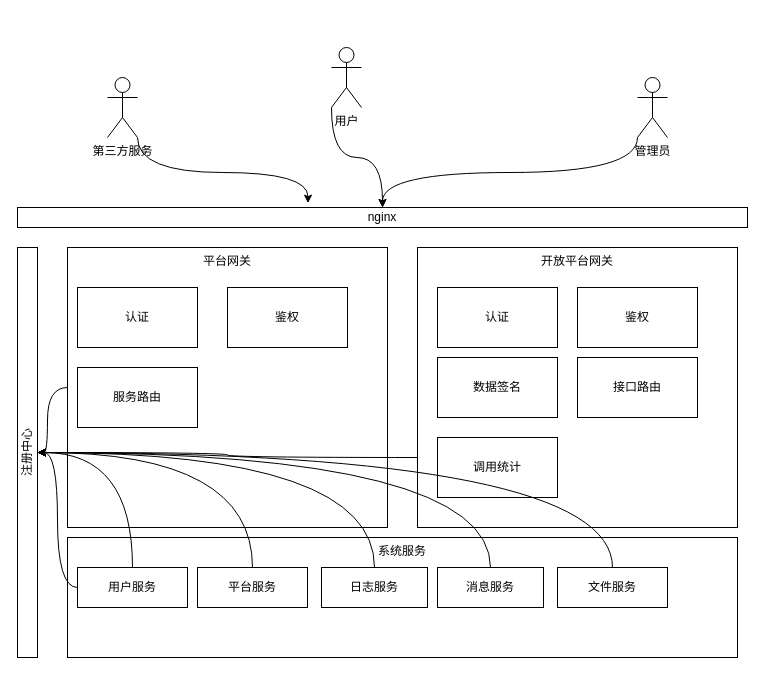
2229499815/draw keeps this draw.io diagram as 开放平台架构.drawio. Above is the earlier version. Source tidied: cells renumbered, new cells numbered last; positions are measured from the earlier drawing's top-left corner, leaving out a move shared by most shapes. Both pictures are drawn from the tidied source at 100%, with x=0, y=0 at pixel (17, 47).
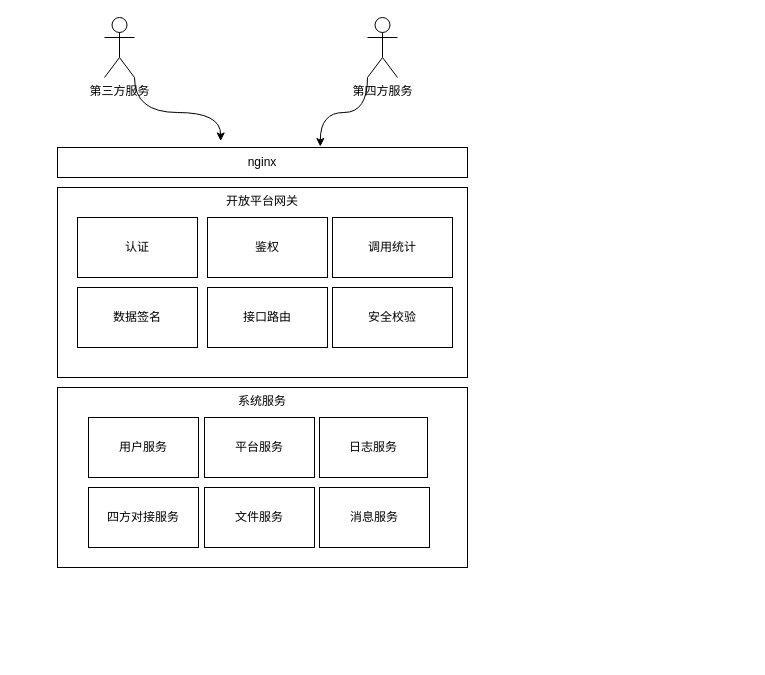
The same page after the edit.

Commit message:
更新开放平台架构.drawio

The edit, as a diff of the source:
```diff
@@
     <mxCell id="2" value="nginx" style="rounded=0;whiteSpace=wrap;html=1;" parent="1" vertex="1">
-      <mxGeometry y="160" width="730" height="20" as="geometry" />
+      <mxGeometry x="40" y="100" width="410" height="30" as="geometry" />
     </mxCell>
@@
     <mxCell id="4" value="第三方服务" style="shape=umlActor;verticalLabelPosition=bottom;verticalAlign=top;html=1;" parent="1" vertex="1">
-      <mxGeometry x="90" y="30" width="30" height="60" as="geometry" />
+      <mxGeometry x="87" y="-30" width="30" height="60" as="geometry" />
     </mxCell>
-    <mxCell id="5" style="edgeStyle=orthogonalEdgeStyle;curved=1;rounded=0;jettySize=auto;html=1;exitX=0;exitY=1;exitDx=0;exitDy=0;exitPerimeter=0;" parent="1" edge="1" source="6" target="2">
-      <mxGeometry relative="1" as="geometry" />
-    </mxCell>
-    <mxCell id="6" value="用户" style="shape=umlActor;verticalLabelPosition=bottom;verticalAlign=top;html=1;" parent="1" vertex="1">
-      <mxGeometry x="314" width="30" height="60" as="geometry" />
-    </mxCell>
-    <mxCell id="7" style="edgeStyle=orthogonalEdgeStyle;curved=1;rounded=0;jettySize=auto;html=1;exitX=0;exitY=1;exitDx=0;exitDy=0;exitPerimeter=0;" parent="1" edge="1" source="8" target="2">
-      <mxGeometry relative="1" as="geometry" />
-    </mxCell>
-    <mxCell id="8" value="管理员" style="shape=umlActor;verticalLabelPosition=bottom;verticalAlign=top;html=1;" parent="1" vertex="1">
-      <mxGeometry x="620" y="30" width="30" height="60" as="geometry" />
-    </mxCell>
-    <mxCell id="9" style="edgeStyle=orthogonalEdgeStyle;curved=1;rounded=0;jettySize=auto;html=1;exitX=0;exitY=0.5;exitDx=0;exitDy=0;" parent="1" edge="1" source="10" target="19">
-      <mxGeometry relative="1" as="geometry" />
-    </mxCell>
-    <mxCell id="10" value="平台网关" style="rounded=0;whiteSpace=wrap;html=1;align=center;horizontal=1;verticalAlign=top;" parent="1" vertex="1">
-      <mxGeometry x="50" y="200" width="320" height="280" as="geometry" />
-    </mxCell>
-    <mxCell id="11" style="edgeStyle=orthogonalEdgeStyle;curved=1;rounded=0;jettySize=auto;html=1;exitX=0;exitY=0.75;exitDx=0;exitDy=0;" parent="1" edge="1" source="12" target="19">
-      <mxGeometry relative="1" as="geometry" />
-    </mxCell>
     <mxCell id="12" value="开放平台网关" style="rounded=0;whiteSpace=wrap;html=1;verticalAlign=top;" parent="1" vertex="1">
-      <mxGeometry x="400" y="200" width="320" height="280" as="geometry" />
+      <mxGeometry x="40" y="140" width="410" height="190" as="geometry" />
     </mxCell>
-    <mxCell id="13" value="认证" style="rounded=0;whiteSpace=wrap;html=1;" parent="1" vertex="1">
-      <mxGeometry x="60" y="240" width="120" height="60" as="geometry" />
-    </mxCell>
-    <mxCell id="14" value="鉴权" style="rounded=0;whiteSpace=wrap;html=1;" parent="1" vertex="1">
-      <mxGeometry x="210" y="240" width="120" height="60" as="geometry" />
-    </mxCell>
     <mxCell id="15" value="认证" style="rounded=0;whiteSpace=wrap;html=1;" parent="1" vertex="1">
-      <mxGeometry x="420" y="240" width="120" height="60" as="geometry" />
+      <mxGeometry x="60" y="170" width="120" height="60" as="geometry" />
     </mxCell>
     <mxCell id="16" value="鉴权" style="rounded=0;whiteSpace=wrap;html=1;" parent="1" vertex="1">
-      <mxGeometry x="560" y="240" width="120" height="60" as="geometry" />
+      <mxGeometry x="190" y="170" width="120" height="60" as="geometry" />
     </mxCell>
     <mxCell id="17" value="数据签名" style="rounded=0;whiteSpace=wrap;html=1;" parent="1" vertex="1">
-      <mxGeometry x="420" y="310" width="120" height="60" as="geometry" />
+      <mxGeometry x="60" y="240" width="120" height="60" as="geometry" />
     </mxCell>
-    <mxCell id="18" value="服务路由" style="rounded=0;whiteSpace=wrap;html=1;" parent="1" vertex="1">
-      <mxGeometry x="60" y="320" width="120" height="60" as="geometry" />
-    </mxCell>
-    <mxCell id="19" value="注册中心" style="rounded=0;whiteSpace=wrap;html=1;horizontal=0;" parent="1" vertex="1">
-      <mxGeometry y="200" width="20" height="410" as="geometry" />
-    </mxCell>
     <mxCell id="20" value="接口路由" style="rounded=0;whiteSpace=wrap;html=1;" parent="1" vertex="1">
-      <mxGeometry x="560" y="310" width="120" height="60" as="geometry" />
+      <mxGeometry x="190" y="240" width="120" height="60" as="geometry" />
     </mxCell>
     <mxCell id="21" value="系统服务" style="rounded=0;whiteSpace=wrap;html=1;verticalAlign=top;" parent="1" vertex="1">
-      <mxGeometry x="50" y="490" width="670" height="120" as="geometry" />
+      <mxGeometry x="40" y="340" width="410" height="180" as="geometry" />
     </mxCell>
-    <mxCell id="22" style="edgeStyle=orthogonalEdgeStyle;curved=1;rounded=0;jettySize=auto;html=1;exitX=0;exitY=0.5;exitDx=0;exitDy=0;" parent="1" edge="1" source="24" target="19">
-      <mxGeometry relative="1" as="geometry" />
-    </mxCell>
-    <mxCell id="23" style="edgeStyle=orthogonalEdgeStyle;curved=1;rounded=0;jettySize=auto;html=1;exitX=0.5;exitY=0;exitDx=0;exitDy=0;" parent="1" edge="1" source="24" target="19">
-      <mxGeometry relative="1" as="geometry" />
-    </mxCell>
     <mxCell id="24" value="用户服务" style="rounded=0;whiteSpace=wrap;html=1;" parent="1" vertex="1">
-      <mxGeometry x="60" y="520" width="110" height="40" as="geometry" />
+      <mxGeometry x="71" y="370" width="110" height="60" as="geometry" />
     </mxCell>
-    <mxCell id="25" style="edgeStyle=orthogonalEdgeStyle;curved=1;rounded=0;jettySize=auto;html=1;exitX=0.5;exitY=0;exitDx=0;exitDy=0;" parent="1" edge="1" source="26" target="19">
-      <mxGeometry relative="1" as="geometry" />
-    </mxCell>
     <mxCell id="26" value="平台服务" style="rounded=0;whiteSpace=wrap;html=1;" parent="1" vertex="1">
-      <mxGeometry x="180" y="520" width="110" height="40" as="geometry" />
+      <mxGeometry x="187" y="370" width="110" height="60" as="geometry" />
     </mxCell>
-    <mxCell id="27" style="edgeStyle=orthogonalEdgeStyle;curved=1;rounded=0;jettySize=auto;html=1;exitX=0.5;exitY=0;exitDx=0;exitDy=0;entryX=1;entryY=0.5;entryDx=0;entryDy=0;" parent="1" edge="1" source="28" target="19">
-      <mxGeometry relative="1" as="geometry" />
-    </mxCell>
     <mxCell id="28" value="日志服务" style="rounded=0;whiteSpace=wrap;html=1;" parent="1" vertex="1">
-      <mxGeometry x="304" y="520" width="106" height="40" as="geometry" />
+      <mxGeometry x="302" y="370" width="108" height="60" as="geometry" />
     </mxCell>
-    <mxCell id="29" style="edgeStyle=orthogonalEdgeStyle;curved=1;rounded=0;jettySize=auto;html=1;exitX=0.5;exitY=0;exitDx=0;exitDy=0;entryX=1;entryY=0.5;entryDx=0;entryDy=0;" parent="1" edge="1" source="30" target="19">
-      <mxGeometry relative="1" as="geometry" />
-    </mxCell>
     <mxCell id="30" value="消息服务" style="rounded=0;whiteSpace=wrap;html=1;" parent="1" vertex="1">
-      <mxGeometry x="420" y="520" width="106" height="40" as="geometry" />
+      <mxGeometry x="302" y="440" width="110" height="60" as="geometry" />
     </mxCell>
     <mxCell id="31" value="调用统计" style="rounded=0;whiteSpace=wrap;html=1;" parent="1" vertex="1">
-      <mxGeometry x="420" y="390" width="120" height="60" as="geometry" />
+      <mxGeometry x="315" y="170" width="120" height="60" as="geometry" />
     </mxCell>
-    <mxCell id="32" style="edgeStyle=orthogonalEdgeStyle;curved=1;rounded=0;jettySize=auto;html=1;exitX=0.5;exitY=0;exitDx=0;exitDy=0;entryX=1;entryY=0.5;entryDx=0;entryDy=0;" parent="1" edge="1" source="33" target="19">
-      <mxGeometry relative="1" as="geometry" />
-    </mxCell>
     <mxCell id="33" value="文件服务" style="rounded=0;whiteSpace=wrap;html=1;" parent="1" vertex="1">
-      <mxGeometry x="540" y="520" width="110" height="40" as="geometry" />
+      <mxGeometry x="187" y="440" width="110" height="60" as="geometry" />
     </mxCell>
+    <mxCell id="34" value="四方对接服务" style="rounded=0;whiteSpace=wrap;html=1;" parent="1" vertex="1">
+      <mxGeometry x="71" y="440" width="110" height="60" as="geometry" />
+    </mxCell>
+    <mxCell id="35" style="edgeStyle=orthogonalEdgeStyle;curved=1;rounded=0;jettySize=auto;html=1;exitX=0;exitY=1;exitDx=0;exitDy=0;exitPerimeter=0;entryX=0.641;entryY=-0.033;entryDx=0;entryDy=0;entryPerimeter=0;" parent="1" edge="1" source="36" target="2">
+      <mxGeometry relative="1" as="geometry" />
+    </mxCell>
+    <mxCell id="36" value="第四方服务" style="shape=umlActor;verticalLabelPosition=bottom;verticalAlign=top;html=1;" parent="1" vertex="1">
+      <mxGeometry x="350" y="-30" width="30" height="60" as="geometry" />
+    </mxCell>
+    <mxCell id="37" value="安全校验" style="rounded=0;whiteSpace=wrap;html=1;" parent="1" vertex="1">
+      <mxGeometry x="315" y="240" width="120" height="60" as="geometry" />
+    </mxCell>
```
